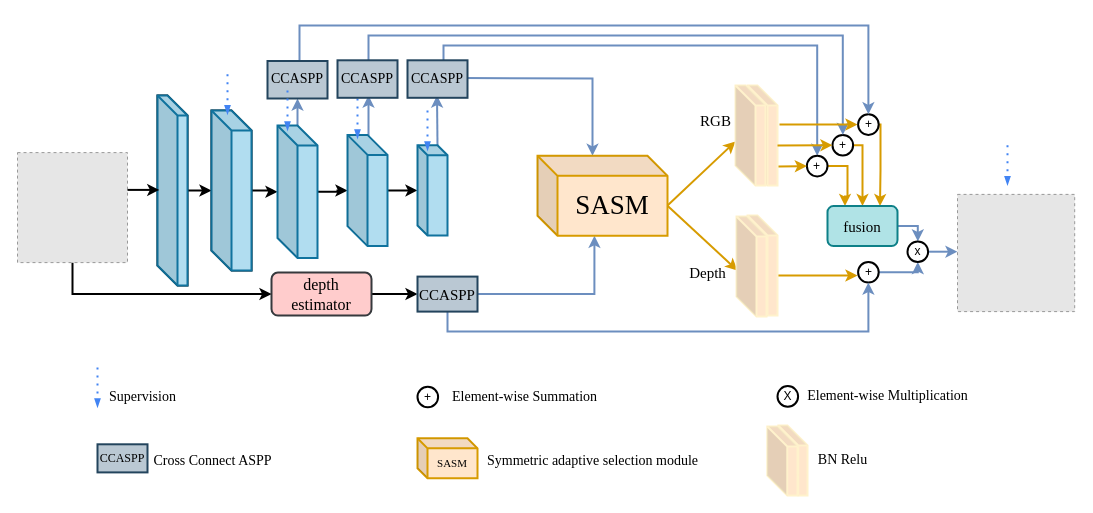
Earlier version of the draw.io diagram RandD.drawio (Hymhh/hymhh). Source tidied: cells renumbered, new cells numbered last; positions are measured from the earlier drawing's top-left corner, leaving out a move shared by most shapes. Both pictures are drawn from the tidied source at 100%, with x=0, y=0 at pixel (17, 25). Pictures stored in the file or linked from it are replaced by grey dashed boxes.
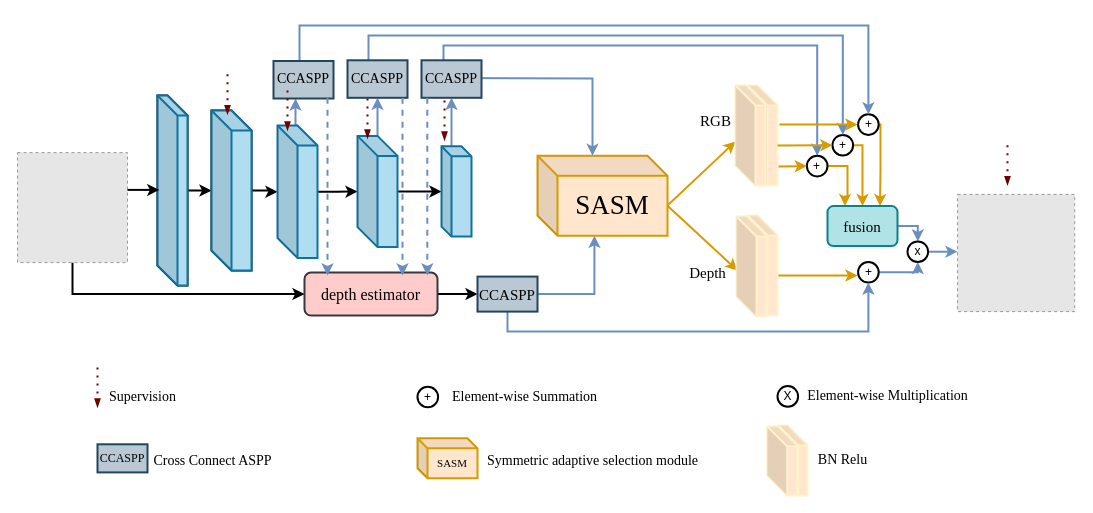
After the change.

Unchanged cells that the change refers to:
```xml
<mxCell id="8" style="shape=cube;whiteSpace=wrap;html=1;boundedLbl=1;backgroundOutline=1;darkOpacity=0.05;darkOpacity2=0.1;direction=east;fillColor=#b1ddf0;strokeColor=#10739e;strokeWidth=2;" parent="1" vertex="1">
  <mxGeometry x="260" y="100" width="40" height="132.5" as="geometry" />
</mxCell>
```

The edit, as a diff of the source:
```diff
@@
-    <mxCell id="7" style="edgeStyle=orthogonalEdgeStyle;rounded=0;jettySize=auto;html=1;exitX=0;exitY=0;exitDx=20;exitDy=0;exitPerimeter=0;entryX=0.5;entryY=1;entryDx=0;entryDy=0;strokeColor=#6C8EBF;strokeWidth=2;" parent="1" edge="1" source="8" target="54">
+    <mxCell id="7" style="edgeStyle=orthogonalEdgeStyle;rounded=0;jettySize=auto;html=1;exitX=0;exitY=0;exitDx=20;exitDy=0;exitPerimeter=0;entryX=0.367;entryY=1;entryDx=0;entryDy=0;entryPerimeter=0;strokeColor=#6C8EBF;strokeWidth=2;" parent="1" edge="1" source="8" target="54">
       <mxGeometry relative="1" as="geometry" />
     </mxCell>
@@
-    <mxCell id="10" style="edgeStyle=orthogonalEdgeStyle;rounded=0;jettySize=auto;html=1;exitX=0;exitY=0;exitDx=20;exitDy=0;exitPerimeter=0;entryX=0.5;entryY=1;entryDx=0;entryDy=0;strokeColor=#6C8EBF;strokeWidth=2;" parent="1" edge="1" source="11">
-      <mxGeometry relative="1" as="geometry">
-        <mxPoint x="351" y="70" as="targetPoint" />
-      </mxGeometry>
-    </mxCell>
+    <mxCell id="75" style="edgeStyle=orthogonalEdgeStyle;rounded=0;jettySize=auto;html=1;exitX=0;exitY=0;exitDx=20;exitDy=0;exitPerimeter=0;entryX=0.5;entryY=1;entryDx=0;entryDy=0;strokeColor=#6C8EBF;strokeWidth=2;" parent="1" edge="1" source="11" target="59">
+      <mxGeometry relative="1" as="geometry" />
+    </mxCell>
     <mxCell id="11" style="shape=cube;whiteSpace=wrap;html=1;boundedLbl=1;backgroundOutline=1;darkOpacity=0.05;darkOpacity2=0.1;direction=east;fillColor=#b1ddf0;strokeColor=#10739e;strokeWidth=2;" parent="1" vertex="1">
-      <mxGeometry x="330" y="109.4" width="40" height="111.2" as="geometry" />
+      <mxGeometry x="340" y="110.4" width="40" height="111.2" as="geometry" />
     </mxCell>
-    <mxCell id="12" style="edgeStyle=orthogonalEdgeStyle;rounded=0;jettySize=auto;html=1;exitX=0;exitY=0;exitDx=20;exitDy=0;exitPerimeter=0;entryX=0.5;entryY=1;entryDx=0;entryDy=0;strokeColor=#6C8EBF;strokeWidth=2;" parent="1" edge="1" source="13">
-      <mxGeometry relative="1" as="geometry">
-        <mxPoint x="419.5" y="70" as="targetPoint" />
-      </mxGeometry>
-    </mxCell>
+    <mxCell id="76" style="edgeStyle=orthogonalEdgeStyle;rounded=0;jettySize=auto;html=1;exitX=0;exitY=0;exitDx=10;exitDy=0;exitPerimeter=0;entryX=0.5;entryY=1;entryDx=0;entryDy=0;strokeColor=#6C8EBF;strokeWidth=2;" parent="1" edge="1" source="13" target="60">
+      <mxGeometry relative="1" as="geometry" />
+    </mxCell>
     <mxCell id="13" style="shape=cube;whiteSpace=wrap;html=1;boundedLbl=1;backgroundOutline=1;darkOpacity=0.05;darkOpacity2=0.1;direction=east;fillColor=#b1ddf0;strokeColor=#10739e;size=10;strokeWidth=2;" parent="1" vertex="1">
-      <mxGeometry x="400" y="119.7" width="30" height="90.3" as="geometry" />
+      <mxGeometry x="424" y="120.8" width="30" height="90.3" as="geometry" />
     </mxCell>
@@
     <mxCell id="31" value="&lt;font style=&quot;font-size: 16px&quot; face=&quot;Times New Roman&quot;&gt;depth estimator&lt;/font&gt;" style="rounded=1;whiteSpace=wrap;html=1;fillColor=#ffcccc;strokeColor=#36393d;strokeWidth=2;" parent="1" vertex="1">
-      <mxGeometry x="254" y="247.1" width="100" height="42.9" as="geometry" />
+      <mxGeometry x="287" y="247.1" width="133" height="42.9" as="geometry" />
     </mxCell>
@@
     <mxCell id="33" value="&lt;font style=&quot;font-size: 15px&quot; face=&quot;Times New Roman&quot;&gt;CCASPP&lt;/font&gt;" style="rounded=0;whiteSpace=wrap;html=1;fillColor=#bac8d3;strokeColor=#23445d;strokeWidth=2;" parent="1" vertex="1">
-      <mxGeometry x="400" y="251.1" width="60" height="35" as="geometry" />
+      <mxGeometry x="460" y="251.1" width="60" height="35" as="geometry" />
     </mxCell>
@@
-    <mxCell id="52" style="edgeStyle=orthogonalEdgeStyle;fontSize=12;html=1;endArrow=blockThin;endFill=1;rounded=0;strokeWidth=2;endSize=4;startSize=4;dashed=1;dashPattern=1 3;strokeColor=#4284F3;" parent="1" edge="1">
+    <mxCell id="52" style="edgeStyle=orthogonalEdgeStyle;fontSize=12;html=1;endArrow=blockThin;endFill=1;rounded=0;strokeWidth=2;endSize=4;startSize=4;dashed=1;dashPattern=1 3;strokeColor=#6F0000;fillColor=#a20025;" parent="1" edge="1">
       <mxGeometry relative="1" as="geometry">
         <mxPoint x="210" y="48.8" as="sourcePoint" />
         <mxPoint x="210" y="88.8" as="targetPoint" />
       </mxGeometry>
     </mxCell>
@@
     <mxCell id="54" value="&lt;font face=&quot;Times New Roman&quot; style=&quot;font-size: 14px&quot;&gt;CCASPP&lt;/font&gt;" style="rounded=0;whiteSpace=wrap;html=1;fillColor=#bac8d3;strokeColor=#23445d;strokeWidth=2;" parent="1" vertex="1">
-      <mxGeometry x="250" y="35.5" width="60" height="37.5" as="geometry" />
+      <mxGeometry x="256" y="35.5" width="60" height="37.5" as="geometry" />
     </mxCell>
-    <mxCell id="55" style="edgeStyle=orthogonalEdgeStyle;fontSize=12;html=1;endArrow=blockThin;endFill=1;rounded=0;strokeWidth=2;endSize=4;startSize=4;dashed=1;dashPattern=1 3;strokeColor=#4284F3;" parent="1" edge="1">
+    <mxCell id="55" style="edgeStyle=orthogonalEdgeStyle;fontSize=12;html=1;endArrow=blockThin;endFill=1;rounded=0;strokeWidth=2;endSize=4;startSize=4;dashed=1;dashPattern=1 3;strokeColor=#6F0000;fillColor=#a20025;" parent="1" edge="1">
       <mxGeometry relative="1" as="geometry">
         <mxPoint x="270" y="65" as="sourcePoint" />
         <mxPoint x="270" y="105" as="targetPoint" />
       </mxGeometry>
     </mxCell>
-    <mxCell id="56" style="edgeStyle=orthogonalEdgeStyle;fontSize=12;html=1;endArrow=blockThin;endFill=1;rounded=0;strokeWidth=2;endSize=4;startSize=4;dashed=1;dashPattern=1 3;strokeColor=#4284F3;" parent="1" edge="1">
+    <mxCell id="56" style="edgeStyle=orthogonalEdgeStyle;fontSize=12;html=1;endArrow=blockThin;endFill=1;rounded=0;strokeWidth=2;endSize=4;startSize=4;dashed=1;dashPattern=1 3;strokeColor=#6F0000;fillColor=#a20025;" parent="1" edge="1">
       <mxGeometry relative="1" as="geometry">
-        <mxPoint x="340" y="73" as="sourcePoint" />
-        <mxPoint x="340" y="113" as="targetPoint" />
+        <mxPoint x="350" y="73" as="sourcePoint" />
+        <mxPoint x="350" y="113" as="targetPoint" />
       </mxGeometry>
     </mxCell>
-    <mxCell id="57" style="edgeStyle=orthogonalEdgeStyle;fontSize=12;html=1;endArrow=blockThin;endFill=1;rounded=0;strokeWidth=2;endSize=4;startSize=4;dashed=1;dashPattern=1 3;strokeColor=#4284F3;" parent="1" edge="1">
+    <mxCell id="57" style="edgeStyle=orthogonalEdgeStyle;fontSize=12;html=1;endArrow=blockThin;endFill=1;rounded=0;strokeWidth=2;endSize=4;startSize=4;dashed=1;dashPattern=1 3;strokeColor=#6F0000;fillColor=#a20025;" parent="1" edge="1">
       <mxGeometry relative="1" as="geometry">
-        <mxPoint x="410" y="85" as="sourcePoint" />
-        <mxPoint x="410" y="125" as="targetPoint" />
+        <mxPoint x="427" y="75" as="sourcePoint" />
+        <mxPoint x="427" y="115" as="targetPoint" />
       </mxGeometry>
     </mxCell>
-    <mxCell id="58" style="edgeStyle=orthogonalEdgeStyle;fontSize=12;html=1;endArrow=blockThin;endFill=1;rounded=0;strokeWidth=2;endSize=4;startSize=4;dashed=1;dashPattern=1 3;strokeColor=#4284F3;" parent="1" edge="1">
+    <mxCell id="58" style="edgeStyle=orthogonalEdgeStyle;fontSize=12;html=1;endArrow=blockThin;endFill=1;rounded=0;strokeWidth=2;endSize=4;startSize=4;dashed=1;dashPattern=1 3;strokeColor=#6F0000;fillColor=#a20025;" parent="1" edge="1">
       <mxGeometry relative="1" as="geometry">
         <mxPoint x="990" y="119.7" as="sourcePoint" />
         <mxPoint x="990" y="159.7" as="targetPoint" />
       </mxGeometry>
     </mxCell>
     <mxCell id="59" value="&lt;font face=&quot;Times New Roman&quot; style=&quot;font-size: 14px&quot;&gt;CCASPP&lt;/font&gt;" style="rounded=0;whiteSpace=wrap;html=1;fillColor=#bac8d3;strokeColor=#23445d;strokeWidth=2;" parent="1" vertex="1">
-      <mxGeometry x="320" y="34.8" width="60" height="37.5" as="geometry" />
+      <mxGeometry x="330" y="34.8" width="60" height="37.5" as="geometry" />
     </mxCell>
     <mxCell id="60" value="&lt;font face=&quot;Times New Roman&quot; style=&quot;font-size: 14px&quot;&gt;CCASPP&lt;/font&gt;" style="rounded=0;whiteSpace=wrap;html=1;fillColor=#bac8d3;strokeColor=#23445d;strokeWidth=2;" parent="1" vertex="1">
-      <mxGeometry x="390" y="34.8" width="60" height="37.5" as="geometry" />
+      <mxGeometry x="404" y="34.8" width="60" height="37.5" as="geometry" />
     </mxCell>
@@
-    <mxCell id="66" style="edgeStyle=orthogonalEdgeStyle;fontSize=12;html=1;endArrow=blockThin;endFill=1;rounded=0;strokeWidth=2;endSize=4;startSize=4;dashed=1;dashPattern=1 3;strokeColor=#4284F3;" parent="1" edge="1">
+    <mxCell id="66" style="edgeStyle=orthogonalEdgeStyle;fontSize=12;html=1;endArrow=blockThin;endFill=1;rounded=0;strokeWidth=2;endSize=4;startSize=4;dashed=1;dashPattern=1 3;strokeColor=#6F0000;fillColor=#a20025;" parent="1" edge="1">
       <mxGeometry relative="1" as="geometry">
         <mxPoint x="80" y="341.9" as="sourcePoint" />
         <mxPoint x="80" y="381.9" as="targetPoint" />
       </mxGeometry>
     </mxCell>
@@
+    <mxCell id="77" style="endArrow=classic;html=1;strokeColor=#6C8EBF;strokeWidth=2;dashed=1;" parent="1" edge="1">
+      <mxGeometry relative="1" as="geometry">
+        <mxPoint x="310" y="72.2" as="sourcePoint" />
+        <mxPoint x="310" y="250" as="targetPoint" />
+      </mxGeometry>
+    </mxCell>
+    <mxCell id="78" style="endArrow=classic;html=1;strokeColor=#6C8EBF;strokeWidth=2;dashed=1;" parent="1" edge="1">
+      <mxGeometry relative="1" as="geometry">
+        <mxPoint x="385" y="72.2" as="sourcePoint" />
+        <mxPoint x="385" y="250" as="targetPoint" />
+      </mxGeometry>
+    </mxCell>
+    <mxCell id="79" style="endArrow=classic;html=1;strokeColor=#6C8EBF;strokeWidth=2;dashed=1;" parent="1" edge="1">
+      <mxGeometry relative="1" as="geometry">
+        <mxPoint x="409.8" y="72.2" as="sourcePoint" />
+        <mxPoint x="409.8" y="250" as="targetPoint" />
+      </mxGeometry>
+    </mxCell>
```
